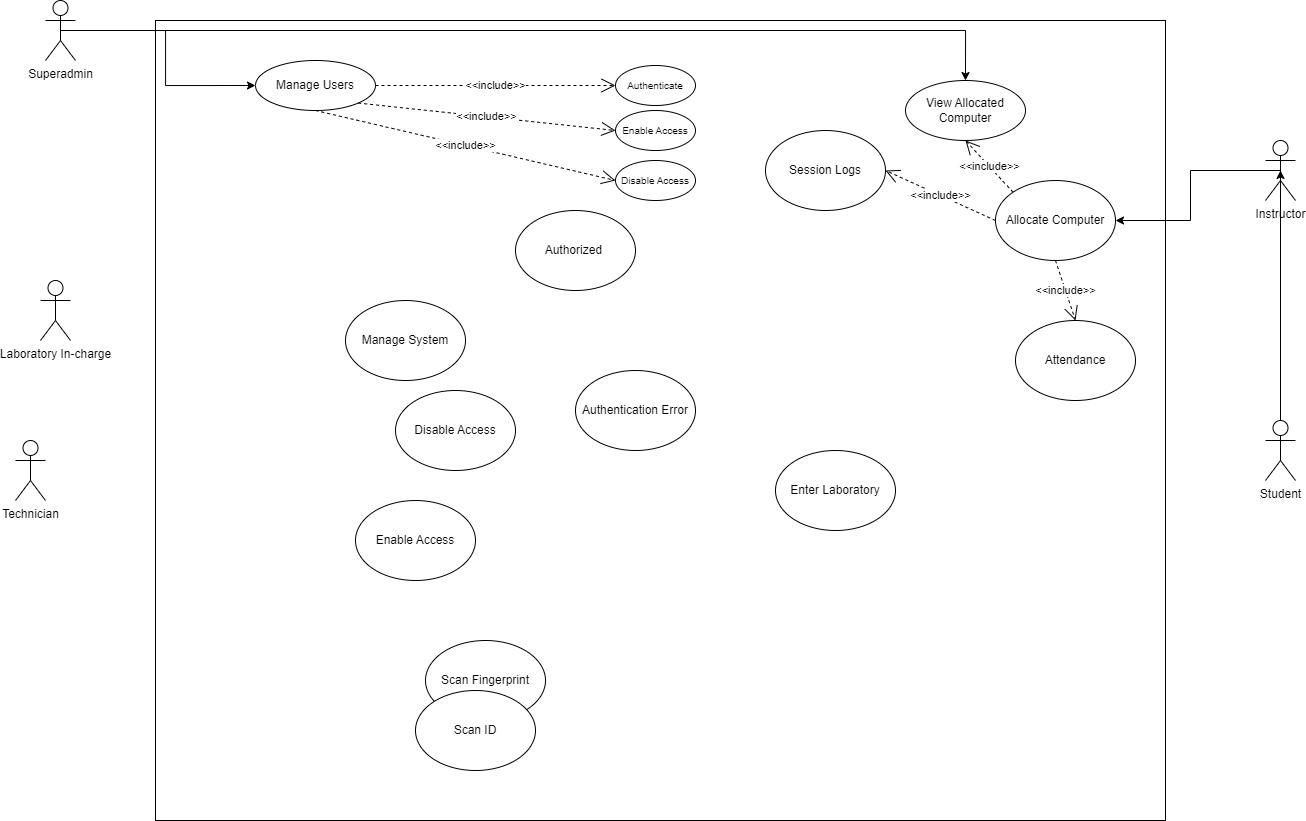
Above: Use_Case_Diagram_Marimo.drawio.png in kaisunoo/Acads (draw.io), before the change. Source tidied: cells renumbered, new cells last; positions are measured from the earlier drawing's top-left corner, leaving out a move shared by most shapes.
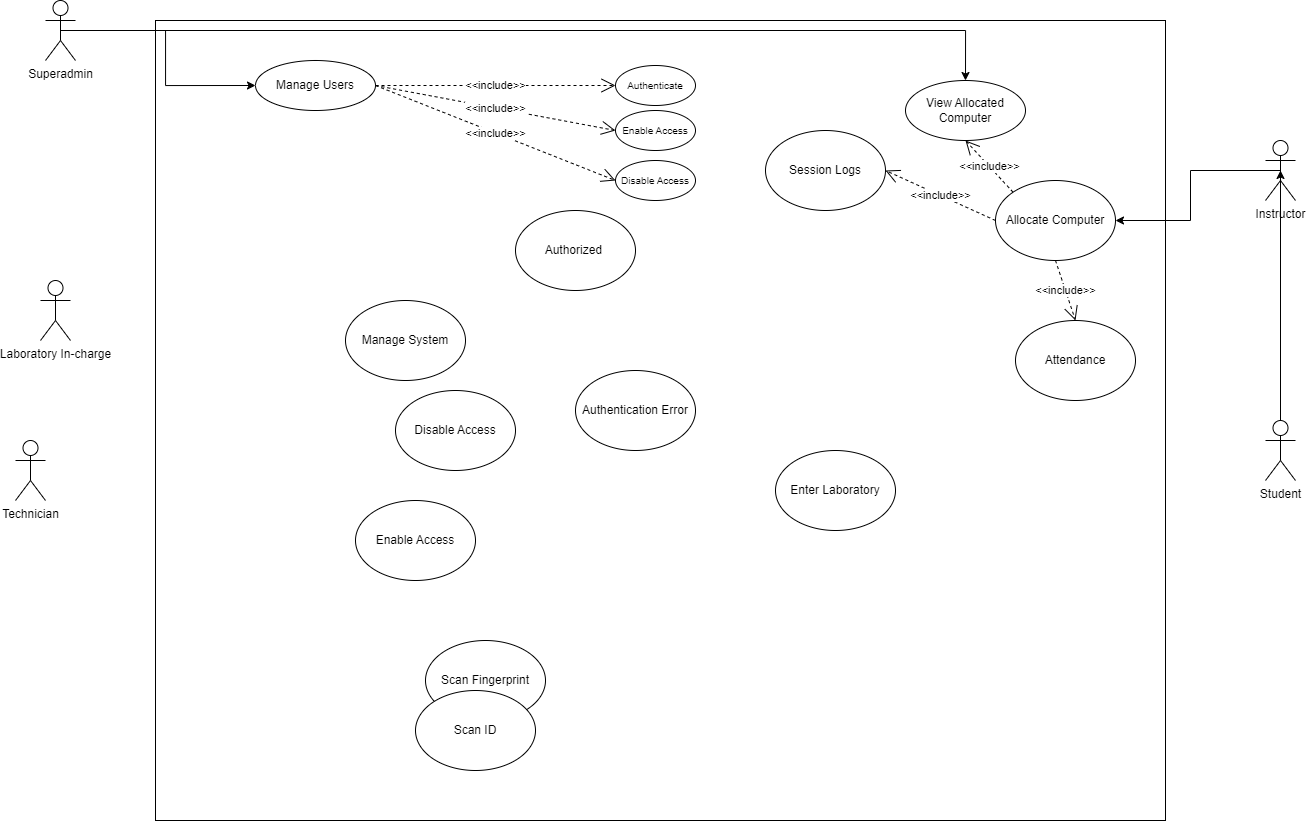
Above is the later version.

What changed in the source:
```diff
@@ -65,10 +65,10 @@
     <mxCell id="22" value="&lt;font style=&quot;font-size: 10px;&quot;&gt;Disable Access&lt;/font&gt;" style="ellipse;whiteSpace=wrap;html=1;" parent="1" vertex="1">
       <mxGeometry x="600" y="160" width="80" height="40" as="geometry" />
     </mxCell>
-    <mxCell id="23" value="&amp;lt;&amp;lt;include&amp;gt;&amp;gt;" style="endArrow=open;endSize=12;dashed=1;html=1;rounded=0;exitX=1;exitY=1;exitDx=0;exitDy=0;entryX=0;entryY=0.5;entryDx=0;entryDy=0;" parent="1" edge="1" source="10" target="21">
+    <mxCell id="23" value="&amp;lt;&amp;lt;include&amp;gt;&amp;gt;" style="endArrow=open;endSize=12;dashed=1;html=1;rounded=0;exitX=1;exitY=0.5;exitDx=0;exitDy=0;entryX=0;entryY=0.5;entryDx=0;entryDy=0;" parent="1" edge="1" source="10" target="21">
       <mxGeometry relative="1" as="geometry" />
     </mxCell>
-    <mxCell id="24" value="&amp;lt;&amp;lt;include&amp;gt;&amp;gt;" style="endArrow=open;endSize=12;dashed=1;html=1;rounded=0;exitX=0.5;exitY=1;exitDx=0;exitDy=0;entryX=0;entryY=0.5;entryDx=0;entryDy=0;" parent="1" edge="1" source="10" target="22">
+    <mxCell id="24" value="&amp;lt;&amp;lt;include&amp;gt;&amp;gt;" style="endArrow=open;endSize=12;dashed=1;html=1;rounded=0;exitX=1;exitY=0.5;exitDx=0;exitDy=0;entryX=0;entryY=0.5;entryDx=0;entryDy=0;" parent="1" edge="1" source="10" target="22">
       <mxGeometry relative="1" as="geometry" />
     </mxCell>
     <mxCell id="25" value="&lt;font style=&quot;font-size: 10px;&quot;&gt;Authenticate&lt;/font&gt;" style="ellipse;whiteSpace=wrap;html=1;" parent="1" vertex="1">
```
